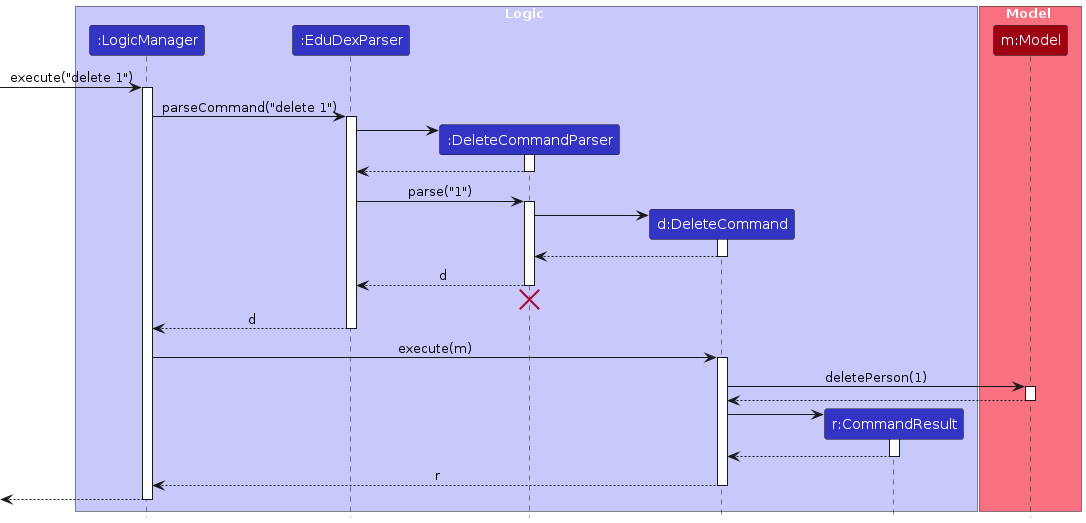
This is diagrams/DeleteSequenceDiagram.png from AY2526S1-CS2103T-T12-1/tp, a PlantUML export, as it was before one commit. Its source is kept beside it as diagrams/DeleteSequenceDiagram.puml.
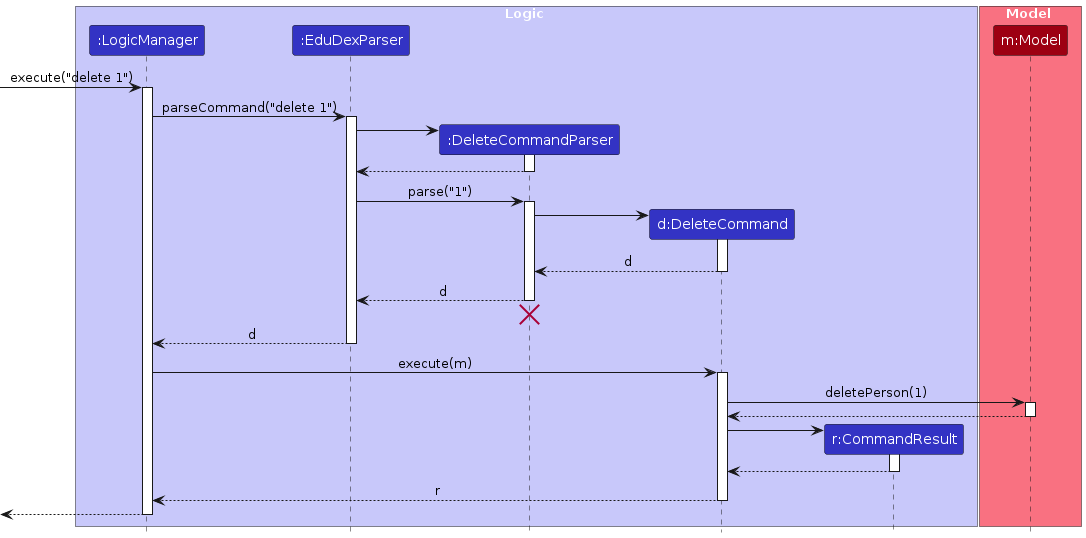
After the commit.

Diff of the diagram source:
```diff
@@ -34,7 +34,7 @@
 DeleteCommandParser -> DeleteCommand
 activate DeleteCommand
 
-DeleteCommand --> DeleteCommandParser :
+DeleteCommand --> DeleteCommandParser : d
 deactivate DeleteCommand
 
 DeleteCommandParser --> EduDexParser : d
```
